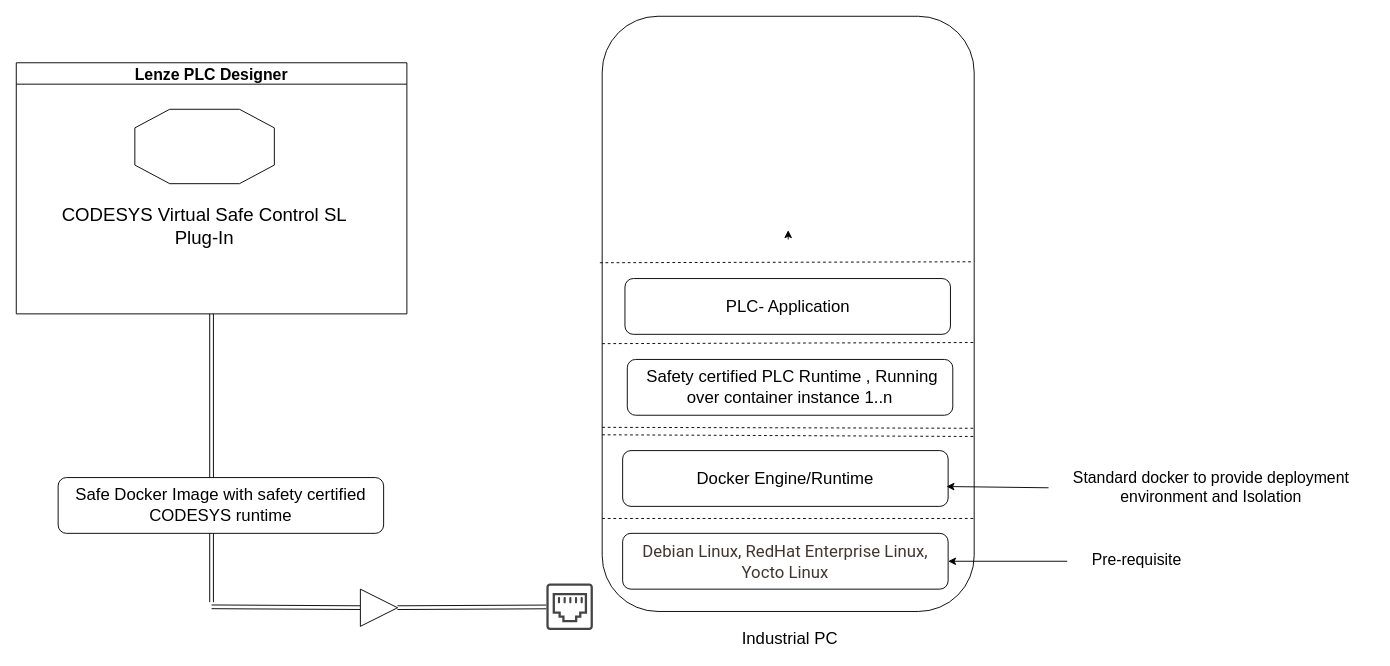
praful-hunde/Diagrams keeps this draw.io diagram as CODESYS Virtual Safe Control SL.drawio. Above is the earlier version. Source tidied: cells renumbered, new cells numbered last; positions are measured from the earlier drawing's top-left corner, leaving out a move shared by most shapes. Both pictures are drawn from the tidied source at 93%, with x=0, y=0 at pixel (16, 16).
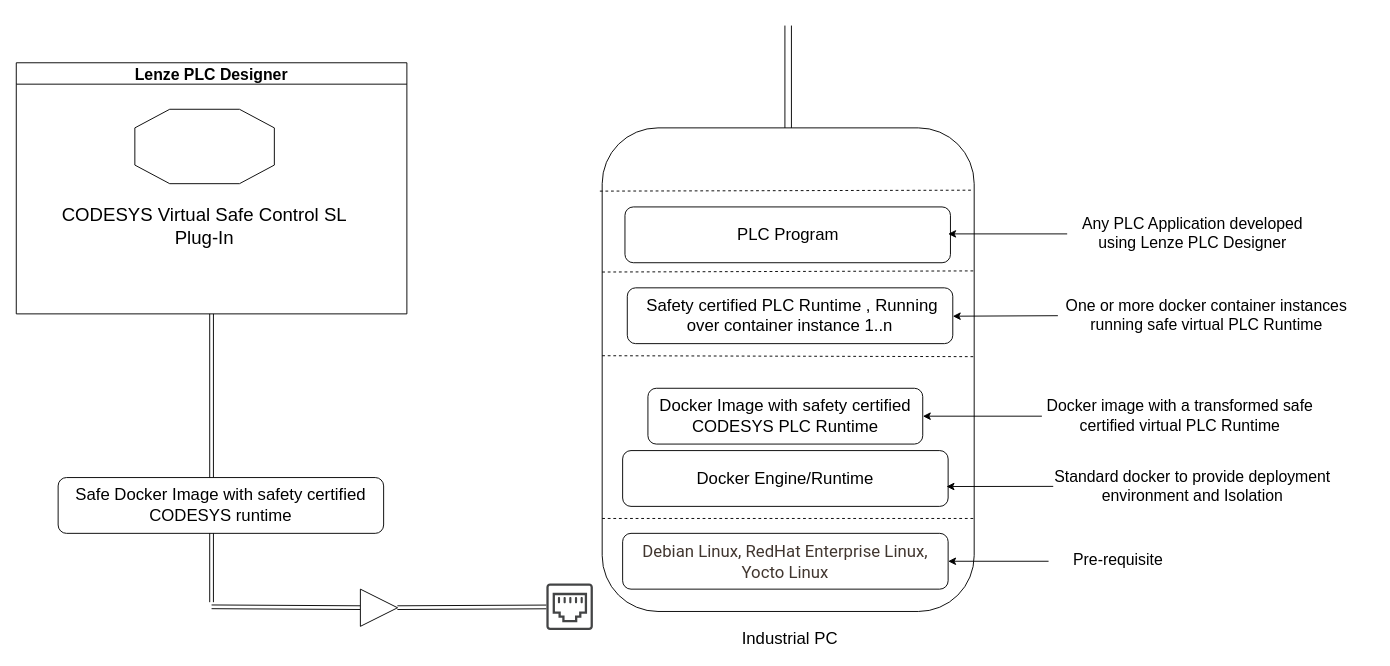
After the change.

Change to the diagram source:
```diff
@@
     <mxCell id="2" style="rounded=1;whiteSpace=wrap;html=1;" parent="1" vertex="1">
-      <mxGeometry x="630" width="400" height="640" as="geometry" />
+      <mxGeometry x="630" y="120" width="400" height="520" as="geometry" />
     </mxCell>
@@
-    <mxCell id="14" style="endArrow=none;dashed=1;html=1;rounded=0;exitX=0;exitY=0.75;exitDx=0;exitDy=0;entryX=1.003;entryY=0.706;entryDx=0;entryDy=0;entryPerimeter=0;" parent="1" edge="1" target="2">
-      <mxGeometry relative="1" as="geometry">
-        <mxPoint x="630" y="450" as="sourcePoint" />
-      </mxGeometry>
-    </mxCell>
@@
     <mxCell id="16" style="endArrow=none;dashed=1;html=1;rounded=0;exitX=0;exitY=0.75;exitDx=0;exitDy=0;entryX=1.001;entryY=0.564;entryDx=0;entryDy=0;entryPerimeter=0;" parent="1" edge="1">
       <mxGeometry relative="1" as="geometry">
-        <mxPoint x="630" y="442" as="sourcePoint" />
-        <mxPoint x="1030.4" y="443" as="targetPoint" />
+        <mxPoint x="630" y="365" as="sourcePoint" />
+        <mxPoint x="1030.4" y="366" as="targetPoint" />
       </mxGeometry>
     </mxCell>
     <mxCell id="17" value="&lt;font style=&quot;font-size: 18px;&quot;&gt;&amp;nbsp;Safety certified PLC Runtime , Running over container instance 1..n&lt;/font&gt;" style="rounded=1;whiteSpace=wrap;html=1;fontSize=14;" parent="1" vertex="1">
-      <mxGeometry x="657" y="369" width="350" height="60" as="geometry" />
+      <mxGeometry x="657" y="292" width="350" height="60" as="geometry" />
     </mxCell>
     <mxCell id="18" style="endArrow=none;dashed=1;html=1;rounded=0;exitX=0;exitY=0.75;exitDx=0;exitDy=0;entryX=0.998;entryY=0.42;entryDx=0;entryDy=0;entryPerimeter=0;" parent="1" edge="1">
       <mxGeometry relative="1" as="geometry">
-        <mxPoint x="630" y="352" as="sourcePoint" />
-        <mxPoint x="1029.2" y="350.8" as="targetPoint" />
+        <mxPoint x="630" y="275" as="sourcePoint" />
+        <mxPoint x="1029.2" y="273.8" as="targetPoint" />
       </mxGeometry>
     </mxCell>
-    <mxCell id="19" value="&lt;font style=&quot;font-size: 18px;&quot;&gt;PLC- Application&lt;/font&gt;" style="rounded=1;whiteSpace=wrap;html=1;fontSize=14;" parent="1" vertex="1">
-      <mxGeometry x="654.5" y="282" width="350" height="60" as="geometry" />
+    <mxCell id="19" value="&lt;font style=&quot;font-size: 18px;&quot;&gt;PLC Program&lt;/font&gt;" style="rounded=1;whiteSpace=wrap;html=1;fontSize=14;" parent="1" vertex="1">
+      <mxGeometry x="654.5" y="205" width="350" height="60" as="geometry" />
     </mxCell>
     <mxCell id="20" style="endArrow=none;dashed=1;html=1;rounded=0;exitX=0;exitY=0.75;exitDx=0;exitDy=0;entryX=0.998;entryY=0.42;entryDx=0;entryDy=0;entryPerimeter=0;" parent="1" edge="1">
       <mxGeometry relative="1" as="geometry">
-        <mxPoint x="627.5" y="265" as="sourcePoint" />
-        <mxPoint x="1026.5" y="264" as="targetPoint" />
+        <mxPoint x="627.5" y="188" as="sourcePoint" />
+        <mxPoint x="1026.5" y="187" as="targetPoint" />
       </mxGeometry>
     </mxCell>
@@
     <mxCell id="24" value="Pre-requisite" style="text;html=1;align=center;verticalAlign=middle;whiteSpace=wrap;rounded=0;fontSize=17;" parent="1" vertex="1">
-      <mxGeometry x="1130" y="566" width="150" height="40" as="geometry" />
+      <mxGeometry x="1110" y="566" width="150" height="40" as="geometry" />
     </mxCell>
@@
     <mxCell id="26" value="Standard docker to provide deployment environment and Isolation" style="text;html=1;align=center;verticalAlign=middle;whiteSpace=wrap;rounded=0;fontSize=17;" parent="1" vertex="1">
-      <mxGeometry x="1110" y="487" width="350" height="40" as="geometry" />
+      <mxGeometry x="1115" y="484" width="300" height="43" as="geometry" />
     </mxCell>
+    <mxCell id="27" style="endArrow=classic;html=1;rounded=0;entryX=1;entryY=0.5;entryDx=0;entryDy=0;exitX=0;exitY=0.5;exitDx=0;exitDy=0;" parent="1" edge="1" source="28">
+      <mxGeometry relative="1" as="geometry">
+        <mxPoint x="1002" y="234" as="targetPoint" />
+      </mxGeometry>
+    </mxCell>
+    <mxCell id="28" value="Any PLC Application developed using Lenze PLC Designer" style="text;html=1;align=center;verticalAlign=middle;whiteSpace=wrap;rounded=0;fontSize=17;" parent="1" vertex="1">
+      <mxGeometry x="1130" y="214" width="270" height="40" as="geometry" />
+    </mxCell>
+    <mxCell id="29" value="&lt;font style=&quot;font-size: 18px;&quot;&gt;Docker Image with safety certified CODESYS PLC Runtime&lt;/font&gt;" style="rounded=1;whiteSpace=wrap;html=1;fontSize=14;" parent="1" vertex="1">
+      <mxGeometry x="679.2" y="400" width="295.5" height="60" as="geometry" />
+    </mxCell>
+    <mxCell id="30" style="endArrow=classic;html=1;rounded=0;entryX=0.995;entryY=0.644;entryDx=0;entryDy=0;entryPerimeter=0;exitX=0;exitY=0.5;exitDx=0;exitDy=0;" parent="1" edge="1" source="31">
+      <mxGeometry relative="1" as="geometry">
+        <mxPoint x="1007" y="322.5" as="targetPoint" />
+      </mxGeometry>
+    </mxCell>
+    <mxCell id="31" value="One or more docker container instances running safe virtual PLC Runtime" style="text;html=1;align=center;verticalAlign=middle;whiteSpace=wrap;rounded=0;fontSize=17;" parent="1" vertex="1">
+      <mxGeometry x="1120" y="287.2" width="320" height="69.5" as="geometry" />
+    </mxCell>
+    <mxCell id="32" style="endArrow=classic;html=1;rounded=0;entryX=1;entryY=0.5;entryDx=0;entryDy=0;exitX=0;exitY=0.5;exitDx=0;exitDy=0;" parent="1" edge="1" source="33">
+      <mxGeometry relative="1" as="geometry">
+        <mxPoint x="974.8" y="430" as="targetPoint" />
+      </mxGeometry>
+    </mxCell>
+    <mxCell id="33" value="Docker image with a transformed safe certified virtual PLC Runtime" style="text;html=1;align=center;verticalAlign=middle;whiteSpace=wrap;rounded=0;fontSize=17;" parent="1" vertex="1">
+      <mxGeometry x="1102.8" y="410" width="297.2" height="40" as="geometry" />
+    </mxCell>
+    <mxCell id="34" style="shape=link;html=1;rounded=0;exitX=0.5;exitY=0;exitDx=0;exitDy=0;width=7;" parent="1" edge="1" source="2">
+      <mxGeometry relative="1" as="geometry">
+        <mxPoint x="830" y="10" as="targetPoint" />
+      </mxGeometry>
+    </mxCell>
```
